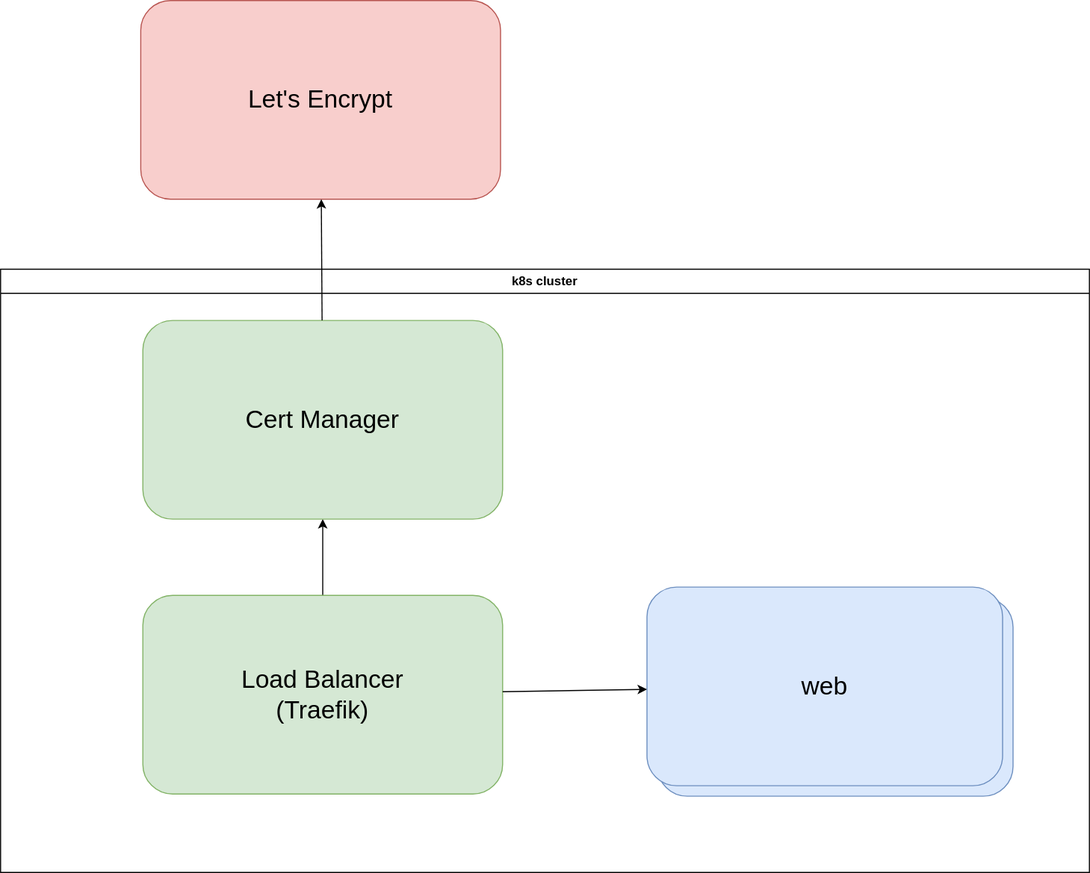
Before: docs/design.drawio.svg, a diagram exported from draw.io (managed-prototypes/helloworld-fullstack-k8s). Source tidied: cells renumbered, new cells last; positions are measured from the earlier drawing's top-left corner, leaving out a move shared by most shapes.
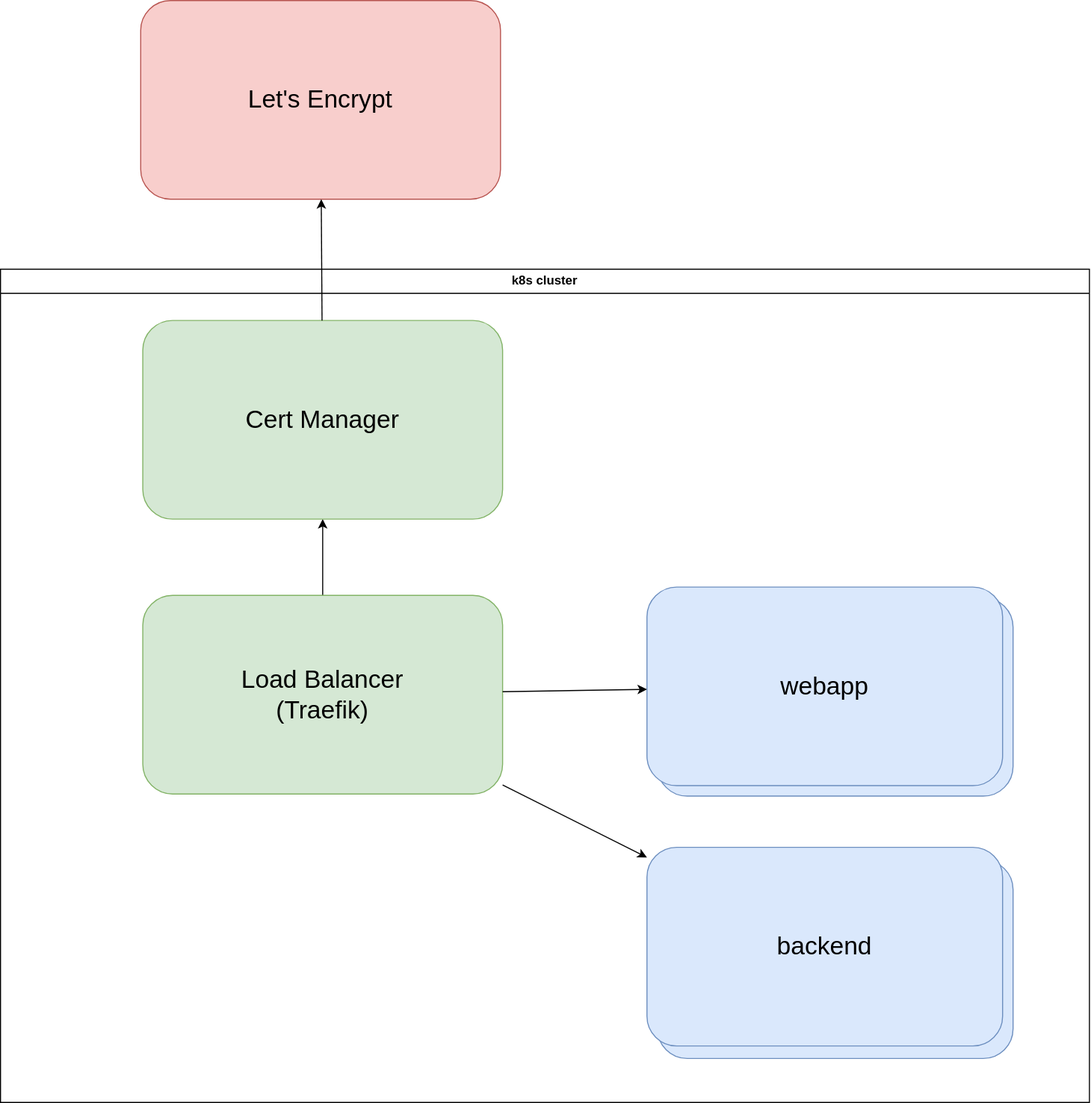
Above is the later version.

Change to the diagram source:
```diff
@@ -9,18 +9,24 @@
       </mxGeometry>
     </mxCell>
     <mxCell id="3" value="k8s cluster" style="swimlane;whiteSpace=wrap;html=1;" parent="1" vertex="1">
-      <mxGeometry y="257" width="1041" height="577" as="geometry" />
+      <mxGeometry y="257" width="1041" height="797" as="geometry" />
     </mxCell>
+    <mxCell id="12" value="&lt;span style=&quot;font-size: 24px; font-weight: 400;&quot;&gt;backend&lt;/span&gt;&lt;span style=&quot;font-size: 24px; font-weight: 400;&quot;&gt;&lt;br&gt;&lt;/span&gt;" style="text;html=1;strokeColor=#6c8ebf;fillColor=#dae8fc;align=center;verticalAlign=middle;whiteSpace=wrap;rounded=1;fontStyle=1;" parent="3" vertex="1">
+      <mxGeometry x="628" y="565" width="340" height="190" as="geometry" />
+    </mxCell>
     <mxCell id="4" value="&lt;span style=&quot;font-size: 24px; font-weight: 400;&quot;&gt;nginx&lt;/span&gt;&lt;span style=&quot;font-size: 24px; font-weight: 400;&quot;&gt;&lt;br&gt;&lt;/span&gt;" style="text;html=1;strokeColor=#6c8ebf;fillColor=#dae8fc;align=center;verticalAlign=middle;whiteSpace=wrap;rounded=1;fontStyle=1;" parent="3" vertex="1">
       <mxGeometry x="628" y="314" width="340" height="190" as="geometry" />
     </mxCell>
     <mxCell id="5" style="edgeStyle=none;html=1;" parent="3" edge="1" source="6" target="9">
       <mxGeometry relative="1" as="geometry" />
     </mxCell>
+    <mxCell id="13" style="edgeStyle=none;html=1;" parent="3" edge="1" source="6" target="14">
+      <mxGeometry relative="1" as="geometry" />
+    </mxCell>
     <mxCell id="6" value="&lt;span style=&quot;font-size: 24px; font-weight: 400;&quot;&gt;Load Balancer&lt;br&gt;(Traefik)&lt;br&gt;&lt;/span&gt;" style="text;html=1;strokeColor=#82b366;fillColor=#d5e8d4;align=center;verticalAlign=middle;whiteSpace=wrap;rounded=1;fontStyle=1;" parent="3" vertex="1">
       <mxGeometry x="136" y="312" width="344" height="190" as="geometry" />
     </mxCell>
-    <mxCell id="7" value="&lt;span style=&quot;font-size: 24px; font-weight: 400;&quot;&gt;web&lt;/span&gt;&lt;span style=&quot;font-size: 24px; font-weight: 400;&quot;&gt;&lt;br&gt;&lt;/span&gt;" style="text;html=1;strokeColor=#6c8ebf;fillColor=#dae8fc;align=center;verticalAlign=middle;whiteSpace=wrap;rounded=1;fontStyle=1;" parent="3" vertex="1">
+    <mxCell id="7" value="&lt;span style=&quot;font-size: 24px; font-weight: 400;&quot;&gt;webapp&lt;/span&gt;&lt;span style=&quot;font-size: 24px; font-weight: 400;&quot;&gt;&lt;br&gt;&lt;/span&gt;" style="text;html=1;strokeColor=#6c8ebf;fillColor=#dae8fc;align=center;verticalAlign=middle;whiteSpace=wrap;rounded=1;fontStyle=1;" parent="3" vertex="1">
       <mxGeometry x="618" y="304" width="340" height="190" as="geometry" />
     </mxCell>
     <mxCell id="8" style="edgeStyle=none;html=1;" parent="3" edge="1" source="6" target="7">
@@ -29,6 +35,9 @@
     <mxCell id="9" value="&lt;span style=&quot;font-size: 24px; font-weight: 400;&quot;&gt;Cert Manager&lt;br&gt;&lt;/span&gt;" style="text;html=1;strokeColor=#82b366;fillColor=#d5e8d4;align=center;verticalAlign=middle;whiteSpace=wrap;rounded=1;fontStyle=1;" parent="3" vertex="1">
       <mxGeometry x="136" y="49" width="344" height="190" as="geometry" />
     </mxCell>
+    <mxCell id="14" value="&lt;span style=&quot;font-size: 24px; font-weight: 400;&quot;&gt;backend&lt;/span&gt;&lt;span style=&quot;font-size: 24px; font-weight: 400;&quot;&gt;&lt;br&gt;&lt;/span&gt;" style="text;html=1;strokeColor=#6c8ebf;fillColor=#dae8fc;align=center;verticalAlign=middle;whiteSpace=wrap;rounded=1;fontStyle=1;" parent="3" vertex="1">
+      <mxGeometry x="618" y="553" width="340" height="190" as="geometry" />
+    </mxCell>
     <mxCell id="10" value="&lt;span style=&quot;font-size: 24px; font-weight: 400;&quot;&gt;Let's Encrypt&lt;br&gt;&lt;/span&gt;" style="text;html=1;strokeColor=#b85450;fillColor=#f8cecc;align=center;verticalAlign=middle;whiteSpace=wrap;rounded=1;fontStyle=1;" parent="1" vertex="1">
       <mxGeometry x="134" width="344" height="190" as="geometry" />
     </mxCell>
```
